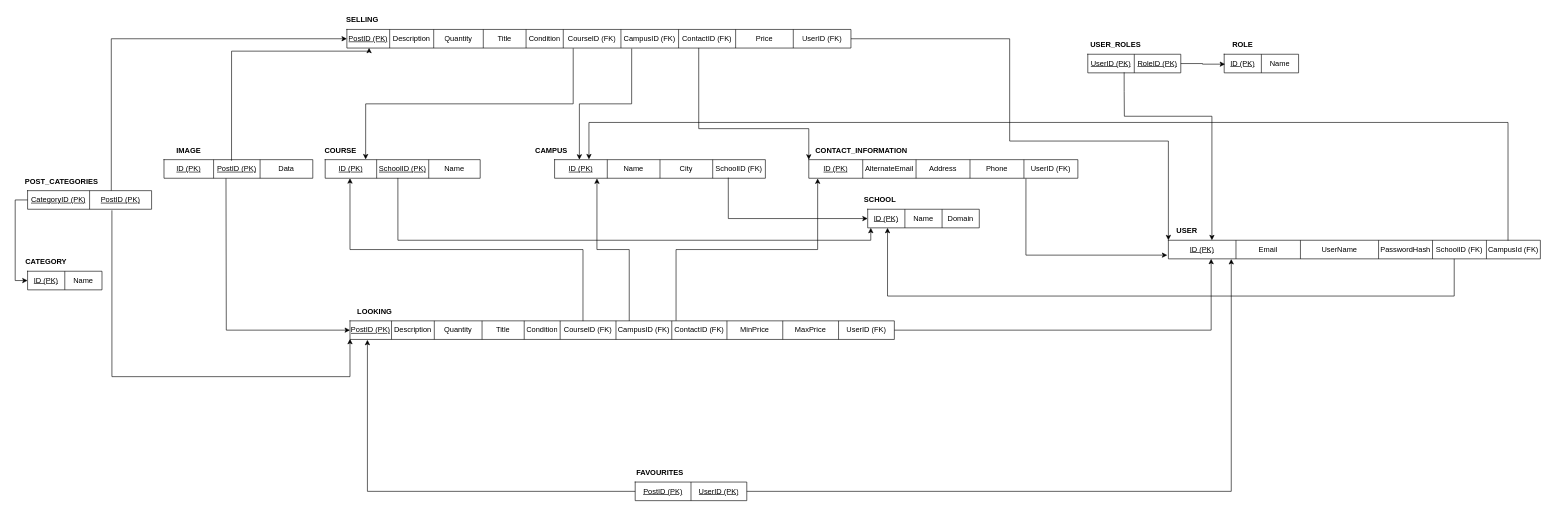
Before: Design/UDeal-RM.drawio in kroyyc/UDeal, a draw.io diagram. Source tidied: cells renumbered, new cells numbered last; positions are measured from the earlier drawing's top-left corner, leaving out a move shared by most shapes. Both pictures are drawn from the tidied source at 62%, with x=0, y=0 at pixel (21, 11).
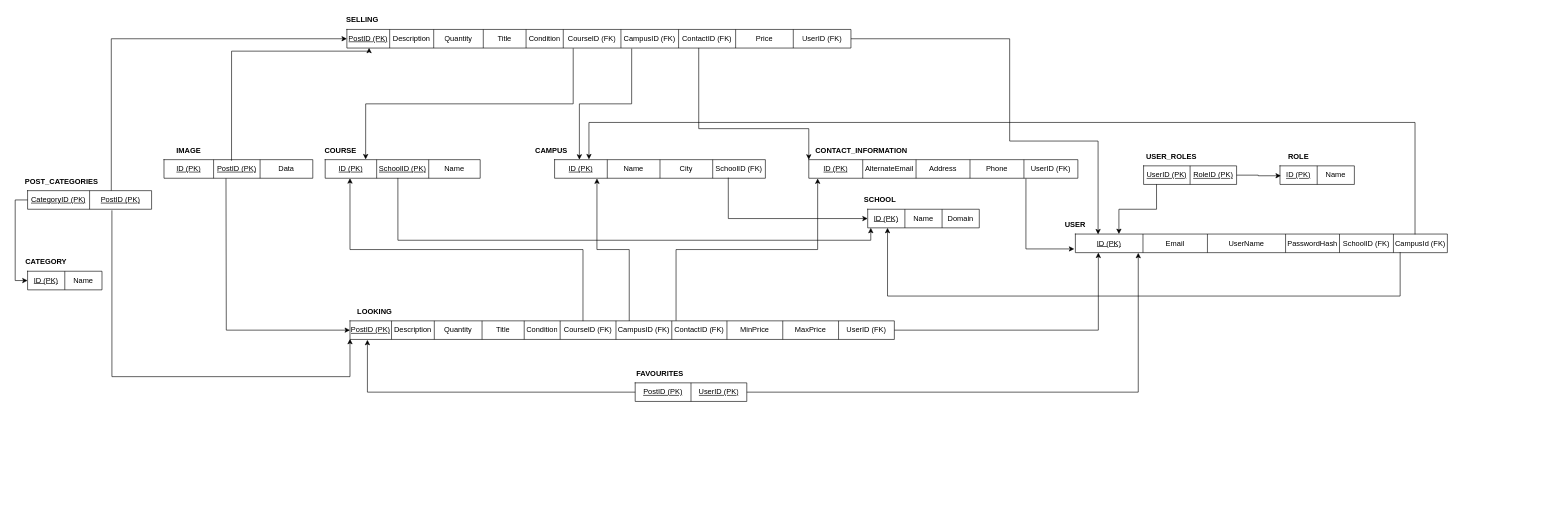
Above is the later version.

Unchanged cells that the change refers to:
```xml
<mxCell id="13" style="shape=tableRow;horizontal=0;startSize=0;swimlaneHead=0;swimlaneBody=0;top=0;left=0;bottom=0;right=0;fillColor=none;points=[[0,0.5],[1,0.5]];portConstraint=eastwest;" parent="12" vertex="1">
  <mxGeometry width="600" height="30" as="geometry" />
</mxCell>
<mxCell id="25" style="shape=tableRow;horizontal=0;startSize=0;swimlaneHead=0;swimlaneBody=0;top=0;left=0;bottom=0;right=0;fillColor=none;points=[[0,0.5],[1,0.5]];portConstraint=eastwest;" parent="24" vertex="1">
  <mxGeometry width="150" height="30" as="geometry" />
</mxCell>
<mxCell id="29" style="shape=tableRow;horizontal=0;startSize=0;swimlaneHead=0;swimlaneBody=0;top=0;left=0;bottom=0;right=0;fillColor=none;points=[[0,0.5],[1,0.5]];portConstraint=eastwest;" parent="28" vertex="1">
  <mxGeometry width="813" height="30" as="geometry" />
</mxCell>
<mxCell id="41" style="shape=tableRow;horizontal=0;startSize=0;swimlaneHead=0;swimlaneBody=0;top=0;left=0;bottom=0;right=0;fillColor=none;points=[[0,0.5],[1,0.5]];portConstraint=eastwest;" parent="40" vertex="1">
  <mxGeometry width="180" height="30" as="geometry" />
</mxCell>
<mxCell id="46" style="shape=tableRow;horizontal=0;startSize=0;swimlaneHead=0;swimlaneBody=0;top=0;left=0;bottom=0;right=0;fillColor=none;points=[[0,0.5],[1,0.5]];portConstraint=eastwest;" parent="45" vertex="1">
  <mxGeometry width="340" height="30" as="geometry" />
</mxCell>
<mxCell id="79" style="shape=tableRow;horizontal=0;startSize=0;swimlaneHead=0;swimlaneBody=0;top=0;left=0;bottom=0;right=0;fillColor=none;points=[[0,0.5],[1,0.5]];portConstraint=eastwest;" parent="78" vertex="1">
  <mxGeometry width="878" height="30" as="geometry" />
</mxCell>
```

Diff of the diagram source:
```diff
@@
     <mxCell id="2" value="&lt;b&gt;USER&lt;/b&gt;" style="text;html=1;strokeColor=none;fillColor=none;align=center;verticalAlign=middle;whiteSpace=wrap;rounded=0;" parent="1" vertex="1">
-      <mxGeometry x="1850" y="340" width="60" height="30" as="geometry" />
+      <mxGeometry x="1670" y="330" width="60" height="30" as="geometry" />
     </mxCell>
     <mxCell id="3" value="&lt;b&gt;ROLE&lt;/b&gt;" style="text;html=1;strokeColor=none;fillColor=none;align=center;verticalAlign=middle;whiteSpace=wrap;rounded=0;" parent="1" vertex="1">
-      <mxGeometry x="1940" y="40" width="60" height="30" as="geometry" />
+      <mxGeometry x="2030" y="220" width="60" height="30" as="geometry" />
     </mxCell>
     <mxCell id="4" value="&lt;b&gt;USER_ROLES&lt;/b&gt;" style="text;html=1;strokeColor=none;fillColor=none;align=center;verticalAlign=middle;whiteSpace=wrap;rounded=0;" parent="1" vertex="1">
-      <mxGeometry x="1720" y="40" width="90" height="30" as="geometry" />
+      <mxGeometry x="1810" y="220" width="90" height="30" as="geometry" />
     </mxCell>
@@
     <mxCell id="12" style="shape=table;startSize=0;childLayout=tableLayout;" parent="1" vertex="1">
-      <mxGeometry x="1850" y="370" width="600" height="30" as="geometry" />
+      <mxGeometry x="1700" y="360" width="600" height="30" as="geometry" />
     </mxCell>
@@
     <mxCell id="20" style="shape=table;startSize=0;childLayout=tableLayout;" parent="1" vertex="1">
-      <mxGeometry x="1940" y="70" width="120" height="30" as="geometry" />
+      <mxGeometry x="2030" y="250" width="120" height="30" as="geometry" />
     </mxCell>
@@
     <mxCell id="24" style="shape=table;startSize=0;childLayout=tableLayout;" parent="1" vertex="1">
-      <mxGeometry x="1720" y="70" width="150" height="30" as="geometry" />
+      <mxGeometry x="1810" y="250" width="150" height="30" as="geometry" />
     </mxCell>
@@
     <mxCell id="91" value="&lt;b&gt;FAVOURITES&lt;/b&gt;" style="text;html=1;strokeColor=none;fillColor=none;align=center;verticalAlign=middle;whiteSpace=wrap;rounded=0;" parent="1" vertex="1">
-      <mxGeometry x="990" y="730" width="80" height="30" as="geometry" />
+      <mxGeometry x="990" y="570" width="80" height="30" as="geometry" />
     </mxCell>
     <mxCell id="92" style="shape=table;startSize=0;childLayout=tableLayout;" parent="1" vertex="1">
-      <mxGeometry x="990" y="760" width="180" height="30" as="geometry" />
+      <mxGeometry x="990" y="600" width="180" height="30" as="geometry" />
     </mxCell>
@@
     <mxCell id="111" style="edgeStyle=orthogonalEdgeStyle;rounded=0;jettySize=auto;html=1;exitX=1;exitY=0.5;exitDx=0;exitDy=0;" parent="1" edge="1" source="79" target="13">
       <mxGeometry relative="1" as="geometry">
         <Array as="points">
-          <mxPoint x="1919" y="515" />
+          <mxPoint x="1737" y="515" />
         </Array>
       </mxGeometry>
     </mxCell>
@@
-    <mxCell id="114" style="edgeStyle=orthogonalEdgeStyle;rounded=0;jettySize=auto;html=1;entryX=0.117;entryY=0;entryDx=0;entryDy=0;entryPerimeter=0;exitX=0.391;exitY=0.973;exitDx=0;exitDy=0;exitPerimeter=0;" parent="1" edge="1" source="25" target="13">
+    <mxCell id="114" style="edgeStyle=orthogonalEdgeStyle;rounded=0;jettySize=auto;html=1;entryX=0.117;entryY=0;entryDx=0;entryDy=0;entryPerimeter=0;exitX=0.139;exitY=0.989;exitDx=0;exitDy=0;exitPerimeter=0;" parent="1" edge="1" source="25" target="13">
       <mxGeometry relative="1" as="geometry">
         <Array as="points">
-          <mxPoint x="1779" y="130" />
-          <mxPoint x="1779" y="170" />
-          <mxPoint x="1920" y="170" />
+          <mxPoint x="1831" y="320" />
+          <mxPoint x="1770" y="320" />
         </Array>
       </mxGeometry>
     </mxCell>
-    <mxCell id="115" style="edgeStyle=orthogonalEdgeStyle;rounded=0;jettySize=auto;html=1;exitX=1;exitY=0.5;exitDx=0;exitDy=0;" parent="1" edge="1" source="29" target="13">
+    <mxCell id="115" style="edgeStyle=orthogonalEdgeStyle;rounded=0;jettySize=auto;html=1;exitX=1;exitY=0.5;exitDx=0;exitDy=0;entryX=0.061;entryY=0.017;entryDx=0;entryDy=0;entryPerimeter=0;" parent="1" edge="1" source="29" target="13">
       <mxGeometry relative="1" as="geometry">
         <Array as="points">
           <mxPoint x="1594" y="45" />
           <mxPoint x="1594" y="210" />
-          <mxPoint x="1850" y="210" />
+          <mxPoint x="1737" y="210" />
         </Array>
       </mxGeometry>
     </mxCell>
     <mxCell id="116" style="edgeStyle=orthogonalEdgeStyle;rounded=0;jettySize=auto;html=1;entryX=0.163;entryY=-0.015;entryDx=0;entryDy=0;entryPerimeter=0;exitX=0.913;exitY=0.017;exitDx=0;exitDy=0;exitPerimeter=0;" parent="1" edge="1" source="13" target="46">
       <mxGeometry relative="1" as="geometry">
         <Array as="points">
-          <mxPoint x="2398" y="180" />
+          <mxPoint x="2248" y="180" />
           <mxPoint x="915" y="180" />
         </Array>
       </mxGeometry>
     </mxCell>
-    <mxCell id="117" style="edgeStyle=orthogonalEdgeStyle;rounded=0;jettySize=auto;html=1;" parent="1" edge="1" source="13" target="41">
+    <mxCell id="117" style="edgeStyle=orthogonalEdgeStyle;rounded=0;jettySize=auto;html=1;exitX=0.873;exitY=0.971;exitDx=0;exitDy=0;exitPerimeter=0;" parent="1" edge="1" source="13" target="41">
       <mxGeometry relative="1" as="geometry">
         <Array as="points">
-          <mxPoint x="2311" y="460" />
+          <mxPoint x="2224" y="460" />
           <mxPoint x="1397" y="460" />
         </Array>
       </mxGeometry>
     </mxCell>
```
